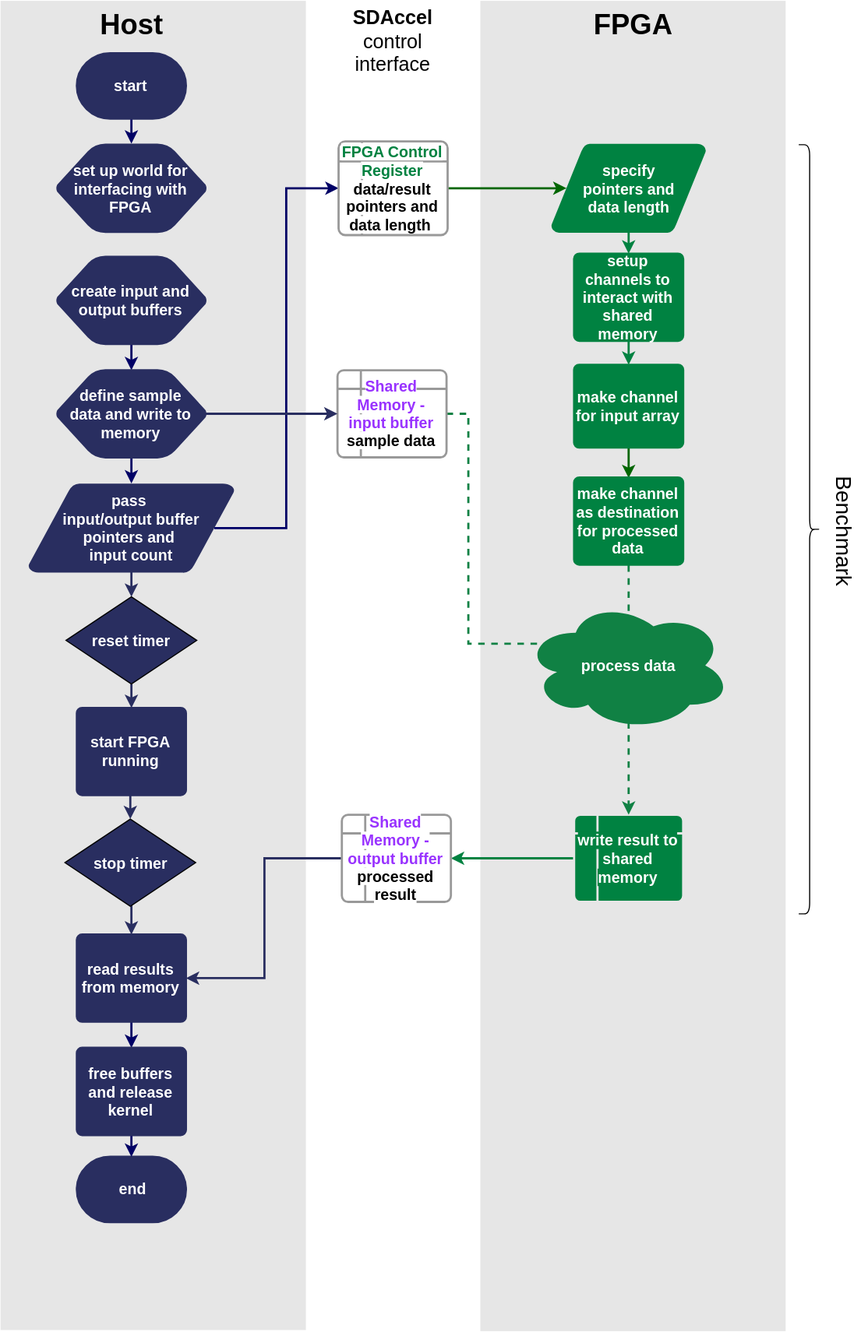
Above: docs/source/images/BenchmarkTemplate_FPGA.svg in ReconfigureIO/UX (draw.io), before the change. Source tidied: cells renumbered, new cells last; positions are measured from the earlier drawing's top-left corner, leaving out a move shared by most shapes.
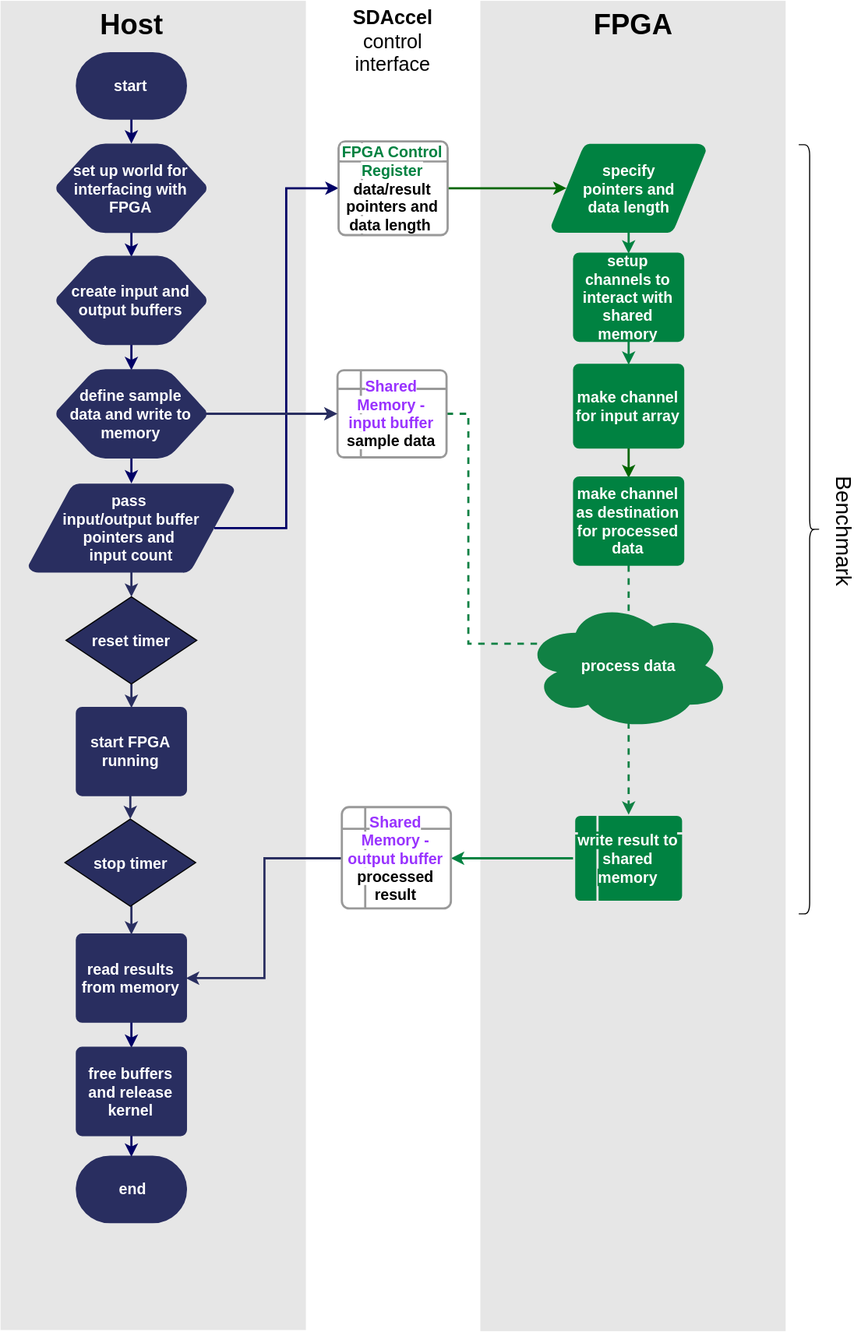
Later version of the same file.

The edit, as a diff of the source:
```diff
@@ -25,6 +25,9 @@
     <mxCell id="8" value="&lt;font style=&quot;font-size: 18px&quot;&gt;&lt;b&gt;SDAccel&lt;/b&gt;&lt;/font&gt;&lt;div&gt;&lt;font style=&quot;font-size: 18px&quot;&gt;control interface&lt;/font&gt;&lt;/div&gt;" style="text;html=1;strokeColor=none;fillColor=none;align=center;verticalAlign=middle;whiteSpace=wrap;" parent="1" vertex="1">
       <mxGeometry x="320" y="16" width="80" height="40" as="geometry" />
     </mxCell>
+    <mxCell id="48" style="edgeStyle=orthogonalEdgeStyle;rounded=0;html=1;exitX=0.5;exitY=1;exitPerimeter=0;entryX=0.5;entryY=0;entryPerimeter=0;jettySize=auto;strokeColor=#000066;strokeWidth=2;" parent="1" edge="1" source="9" target="35">
+      <mxGeometry relative="1" as="geometry" />
+    </mxCell>
     <mxCell id="9" value="&lt;font color=&quot;#ffffff&quot; style=&quot;font-size: 14px&quot;&gt;&lt;b&gt;set up world for interfacing with FPGA&lt;/b&gt;&lt;/font&gt;" style="strokeWidth=2;html=1;shape=mxgraph.flowchart.preparation;whiteSpace=wrap;strokeColor=#292e60;fillColor=#292E60;" parent="1" vertex="1">
       <mxGeometry x="52" y="132" width="136" height="80" as="geometry" />
     </mxCell>
@@ -99,7 +102,7 @@
       <mxGeometry relative="1" as="geometry" />
     </mxCell>
     <mxCell id="31" value="&lt;b style=&quot;font-size: 14px ; background-color: rgb(255 , 255 , 255)&quot;&gt;&lt;font color=&quot;#9933ff&quot;&gt;Shared Memory - output buffer&lt;/font&gt;&lt;/b&gt;&lt;div&gt;&lt;b style=&quot;font-size: 14px ; background-color: rgb(255 , 255 , 255)&quot;&gt;processed result&lt;/b&gt;&lt;/div&gt;" style="strokeWidth=2;html=1;shape=mxgraph.flowchart.internal_storage;whiteSpace=wrap;strokeColor=#999999;fillColor=#FFFFFF;" parent="1" vertex="1">
-      <mxGeometry x="313" y="747" width="100" height="80" as="geometry" />
+      <mxGeometry x="313" y="740" width="100" height="93" as="geometry" />
     </mxCell>
     <mxCell id="32" style="edgeStyle=orthogonalEdgeStyle;rounded=0;html=1;exitX=1;exitY=0.5;exitPerimeter=0;entryX=0.095;entryY=0.5;entryPerimeter=0;startArrow=none;startFill=0;endArrow=classic;endFill=1;jettySize=auto;strokeColor=#006600;strokeWidth=2;fontFamily=Helvetica;fontColor=#000000;" parent="1" edge="1" source="33" target="29">
       <mxGeometry relative="1" as="geometry" />
```
